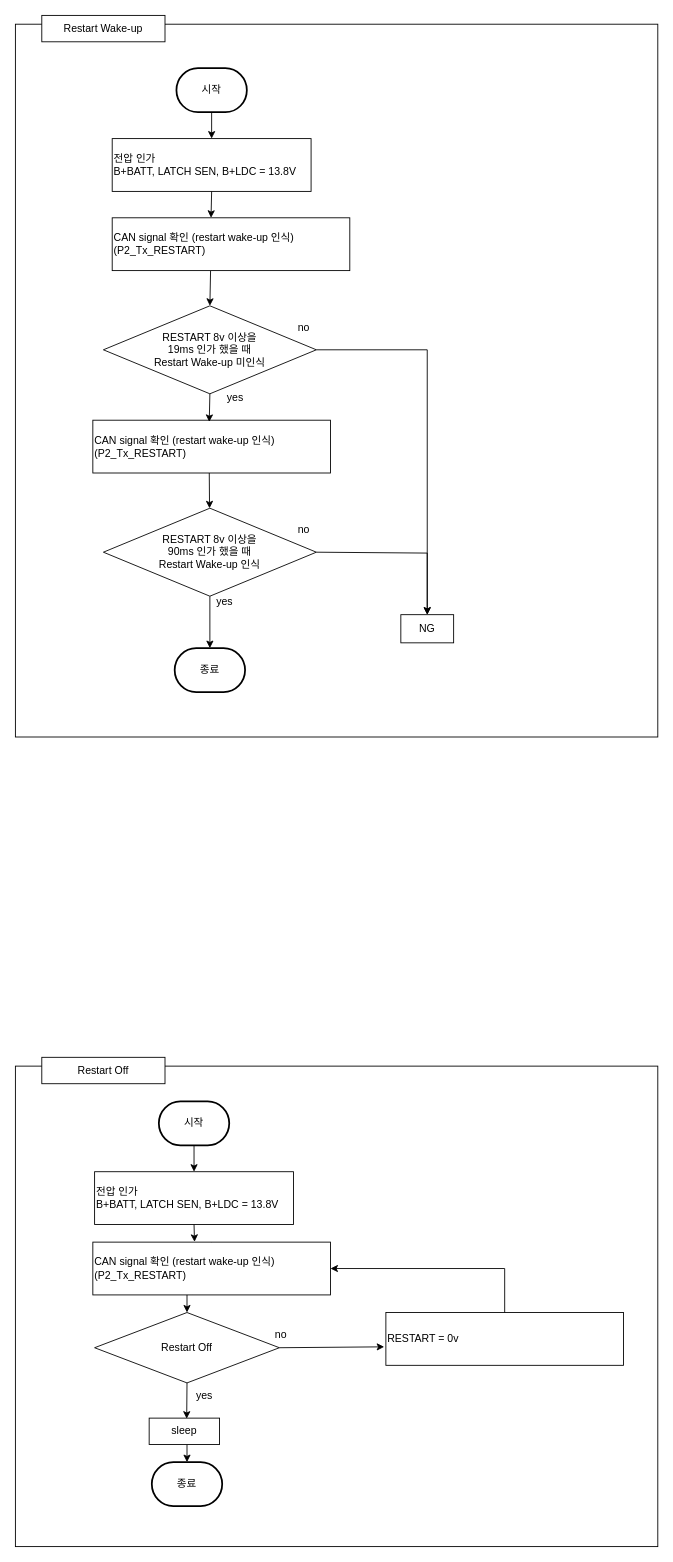
Before: RESTART Wake-up.drawio in chaeyoonl/state-transition-diagram-test, a draw.io diagram. Source tidied: cells renumbered, new cells numbered last; positions are measured from the earlier drawing's top-left corner, leaving out a move shared by most shapes. Both pictures are drawn from the tidied source at 88%, with x=0, y=0 at pixel (15, 15).
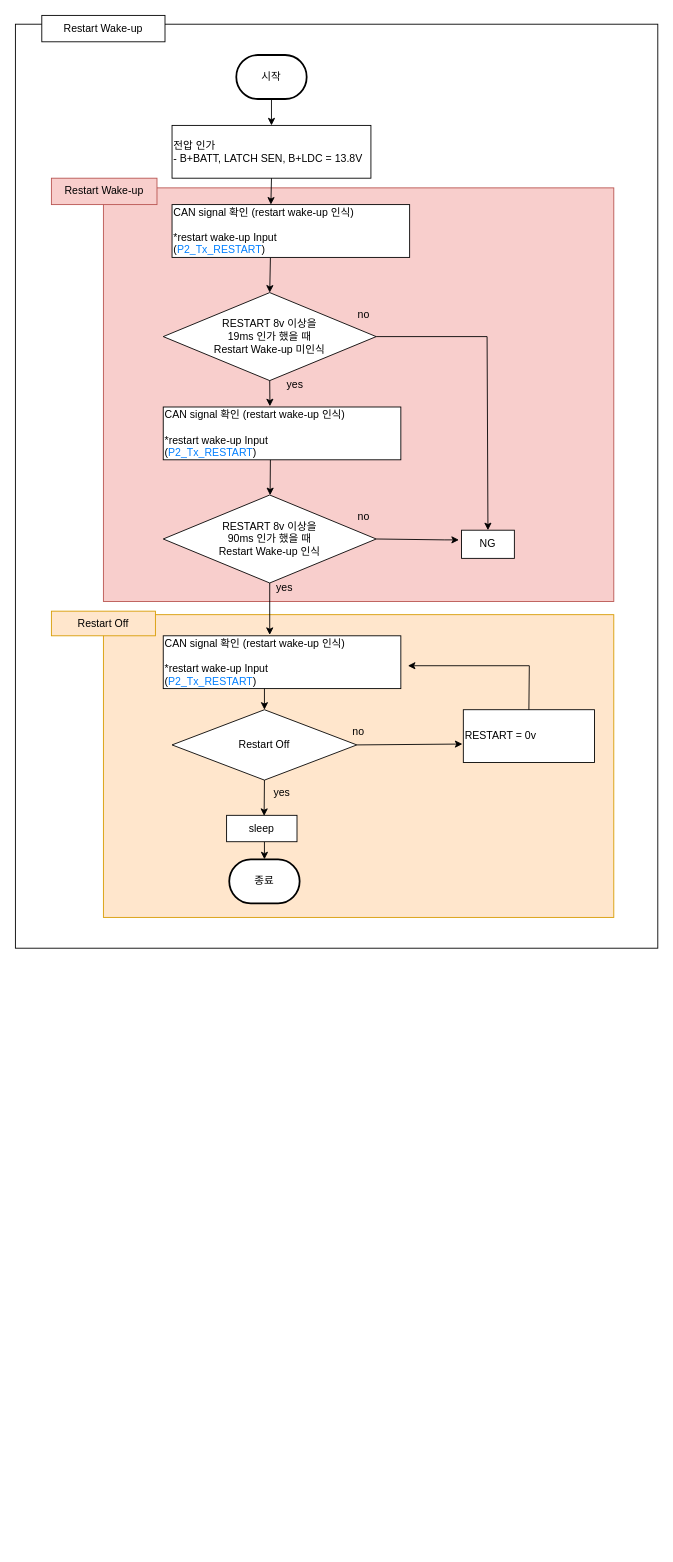
The same page after the edit.

Diff of the diagram source:
```diff
@@
     <mxCell id="2" style="rounded=0;whiteSpace=wrap;html=1;" parent="1" vertex="1">
-      <mxGeometry y="10" width="730" height="810" as="geometry" />
+      <mxGeometry y="10" width="730" height="1050" as="geometry" />
     </mxCell>
+    <mxCell id="10" value="Restart Wake-up" style="rounded=0;whiteSpace=wrap;html=1;" parent="1" vertex="1">
+      <mxGeometry x="30" width="140" height="30" as="geometry" />
+    </mxCell>
+    <mxCell id="43" style="rounded=0;whiteSpace=wrap;html=1;fillColor=#f8cecc;strokeColor=#b85450;" parent="1" vertex="1">
+      <mxGeometry x="100" y="196" width="580" height="470" as="geometry" />
+    </mxCell>
+    <mxCell id="44" value="&lt;span style=&quot;color: rgb(0, 0, 0); font-family: Helvetica; font-size: 12px; font-style: normal; font-variant-ligatures: normal; font-variant-caps: normal; font-weight: 400; letter-spacing: normal; orphans: 2; text-align: center; text-indent: 0px; text-transform: none; widows: 2; word-spacing: 0px; -webkit-text-stroke-width: 0px; text-decoration-thickness: initial; text-decoration-style: initial; text-decoration-color: initial; float: none; display: inline !important;&quot;&gt;Restart Wake-up&lt;br&gt;&lt;/span&gt;" style="rounded=0;whiteSpace=wrap;html=1;fillColor=#f8cecc;strokeColor=#b85450;fillStyle=solid;labelBackgroundColor=none;" parent="1" vertex="1">
+      <mxGeometry x="40.9" y="185" width="120" height="30" as="geometry" />
+    </mxCell>
+    <mxCell id="45" style="rounded=0;whiteSpace=wrap;html=1;fillColor=#ffe6cc;strokeColor=#d79b00;" parent="1" vertex="1">
+      <mxGeometry x="100" y="681" width="580" height="344" as="geometry" />
+    </mxCell>
+    <mxCell id="22" value="&lt;span style=&quot;color: rgb(0, 0, 0); font-family: Helvetica; font-size: 12px; font-style: normal; font-variant-ligatures: normal; font-variant-caps: normal; font-weight: 400; letter-spacing: normal; orphans: 2; text-align: center; text-indent: 0px; text-transform: none; widows: 2; word-spacing: 0px; -webkit-text-stroke-width: 0px; text-decoration-thickness: initial; text-decoration-style: initial; text-decoration-color: initial; float: none; display: inline !important;&quot;&gt;Restart Off&lt;br&gt;&lt;/span&gt;" style="rounded=0;whiteSpace=wrap;html=1;fillColor=#ffe6cc;strokeColor=#d79b00;labelBackgroundColor=none;" parent="1" vertex="1">
+      <mxGeometry x="40.9" y="677" width="118.2" height="28" as="geometry" />
+    </mxCell>
     <mxCell id="3" value="시작" style="strokeWidth=2;html=1;shape=mxgraph.flowchart.terminator;whiteSpace=wrap;" parent="1" vertex="1">
-      <mxGeometry x="183" y="60" width="80" height="50" as="geometry" />
+      <mxGeometry x="251" y="45" width="80" height="50" as="geometry" />
     </mxCell>
-    <mxCell id="4" value="종료" style="strokeWidth=2;html=1;shape=mxgraph.flowchart.terminator;whiteSpace=wrap;" parent="1" vertex="1">
-      <mxGeometry x="181" y="719" width="80" height="50" as="geometry" />
-    </mxCell>
-    <mxCell id="5" value="전압 인가&lt;br&gt;B+BATT, LATCH SEN, B+LDC = 13.8V" style="rounded=0;whiteSpace=wrap;html=1;align=left;" parent="1" vertex="1">
-      <mxGeometry x="110" y="140" width="226" height="60" as="geometry" />
+    <mxCell id="5" value="전압 인가&lt;br&gt;- B+BATT, LATCH SEN, B+LDC = 13.8V" style="rounded=0;whiteSpace=wrap;html=1;align=left;" parent="1" vertex="1">
+      <mxGeometry x="178" y="125" width="226" height="60" as="geometry" />
     </mxCell>
     <mxCell id="6" value="RESTART 8v 이상을 &lt;br&gt;19ms 인가 했을 때 &lt;br&gt;Restart Wake-up 미인식" style="rhombus;whiteSpace=wrap;html=1;" parent="1" vertex="1">
-      <mxGeometry x="100" y="330" width="242" height="100" as="geometry" />
+      <mxGeometry x="168" y="315" width="242" height="100" as="geometry" />
     </mxCell>
@@
-    <mxCell id="9" style="endArrow=classic;html=1;rounded=0;exitX=0.5;exitY=1;exitDx=0;exitDy=0;entryX=0.5;entryY=0;entryDx=0;entryDy=0;entryPerimeter=0;" parent="1" edge="1" target="4">
+    <mxCell id="9" style="endArrow=classic;html=1;rounded=0;exitX=0.5;exitY=1;exitDx=0;exitDy=0;entryX=0.5;entryY=0;entryDx=0;entryDy=0;entryPerimeter=0;" parent="1" edge="1">
       <mxGeometry relative="1" as="geometry">
-        <mxPoint x="221" y="660" as="sourcePoint" />
+        <mxPoint x="289" y="645" as="sourcePoint" />
+        <mxPoint x="289" y="704" as="targetPoint" />
       </mxGeometry>
     </mxCell>
-    <mxCell id="10" value="Restart Wake-up" style="rounded=0;whiteSpace=wrap;html=1;" parent="1" vertex="1">
-      <mxGeometry x="30" width="140" height="30" as="geometry" />
-    </mxCell>
-    <mxCell id="11" style="rounded=0;whiteSpace=wrap;html=1;" parent="1" vertex="1">
-      <mxGeometry y="1194" width="730" height="546" as="geometry" />
-    </mxCell>
-    <mxCell id="12" value="시작" style="strokeWidth=2;html=1;shape=mxgraph.flowchart.terminator;whiteSpace=wrap;" parent="1" vertex="1">
-      <mxGeometry x="163" y="1234" width="80" height="50" as="geometry" />
-    </mxCell>
-    <mxCell id="13" value="종료" style="strokeWidth=2;html=1;shape=mxgraph.flowchart.terminator;whiteSpace=wrap;" parent="1" vertex="1">
-      <mxGeometry x="155" y="1644" width="80" height="50" as="geometry" />
-    </mxCell>
-    <mxCell id="14" value="전압 인가&lt;br&gt;B+BATT, LATCH SEN, B+LDC = 13.8V" style="rounded=0;whiteSpace=wrap;html=1;align=left;" parent="1" vertex="1">
-      <mxGeometry x="90" y="1314" width="226" height="60" as="geometry" />
-    </mxCell>
-    <mxCell id="15" value="Restart Off" style="rhombus;whiteSpace=wrap;html=1;" parent="1" vertex="1">
-      <mxGeometry x="90" y="1474" width="210" height="80" as="geometry" />
-    </mxCell>
-    <mxCell id="16" style="endArrow=classic;html=1;rounded=0;exitX=0.5;exitY=1;exitDx=0;exitDy=0;entryX=0.5;entryY=0;entryDx=0;entryDy=0;" parent="1" edge="1" target="15">
-      <mxGeometry relative="1" as="geometry">
-        <mxPoint x="195" y="1434" as="sourcePoint" />
-      </mxGeometry>
-    </mxCell>
-    <mxCell id="17" style="endArrow=classic;html=1;rounded=0;exitX=0.5;exitY=1;exitDx=0;exitDy=0;exitPerimeter=0;entryX=0.5;entryY=0;entryDx=0;entryDy=0;" parent="1" edge="1" source="12" target="14">
-      <mxGeometry relative="1" as="geometry" />
-    </mxCell>
-    <mxCell id="18" style="endArrow=classic;html=1;rounded=0;exitX=0.5;exitY=1;exitDx=0;exitDy=0;entryX=0.5;entryY=0;entryDx=0;entryDy=0;entryPerimeter=0;" parent="1" edge="1" target="13">
-      <mxGeometry relative="1" as="geometry">
-        <mxPoint x="195" y="1624" as="sourcePoint" />
-      </mxGeometry>
-    </mxCell>
-    <mxCell id="19" value="RESTART = 0v" style="rounded=0;whiteSpace=wrap;html=1;align=left;" parent="1" vertex="1">
-      <mxGeometry x="421" y="1474" width="270" height="60" as="geometry" />
-    </mxCell>
-    <mxCell id="20" style="endArrow=classic;html=1;rounded=0;exitX=1;exitY=0.5;exitDx=0;exitDy=0;entryX=-0.007;entryY=0.65;entryDx=0;entryDy=0;entryPerimeter=0;" parent="1" edge="1" source="15" target="19">
-      <mxGeometry relative="1" as="geometry" />
-    </mxCell>
-    <mxCell id="21" style="endArrow=classic;html=1;rounded=0;exitX=0.5;exitY=0;exitDx=0;exitDy=0;" parent="1" edge="1" source="37">
-      <mxGeometry relative="1" as="geometry">
-        <mxPoint x="201" y="1454" as="targetPoint" />
-      </mxGeometry>
-    </mxCell>
-    <mxCell id="22" value="Restart&amp;nbsp;Off" style="rounded=0;whiteSpace=wrap;html=1;" parent="1" vertex="1">
-      <mxGeometry x="30" y="1184" width="140" height="30" as="geometry" />
-    </mxCell>
-    <mxCell id="23" value="sleep" style="rounded=0;whiteSpace=wrap;html=1;align=center;" parent="1" vertex="1">
-      <mxGeometry x="152" y="1594" width="80" height="30" as="geometry" />
-    </mxCell>
-    <mxCell id="24" style="endArrow=classic;html=1;rounded=0;exitX=0.5;exitY=1;exitDx=0;exitDy=0;entryX=0.533;entryY=0.022;entryDx=0;entryDy=0;entryPerimeter=0;" parent="1" edge="1" source="15" target="23">
-      <mxGeometry relative="1" as="geometry" />
-    </mxCell>
     <mxCell id="25" value="yes" style="text;html=1;strokeColor=none;fillColor=none;align=center;verticalAlign=middle;whiteSpace=wrap;rounded=0;" parent="1" vertex="1">
-      <mxGeometry x="208" y="651" width="60" height="30" as="geometry" />
+      <mxGeometry x="276" y="636" width="60" height="30" as="geometry" />
     </mxCell>
-    <mxCell id="26" value="yes" style="text;html=1;strokeColor=none;fillColor=none;align=center;verticalAlign=middle;whiteSpace=wrap;rounded=0;" parent="1" vertex="1">
-      <mxGeometry x="185" y="1554" width="60" height="30" as="geometry" />
-    </mxCell>
     <mxCell id="27" value="no" style="text;html=1;strokeColor=none;fillColor=none;align=center;verticalAlign=middle;whiteSpace=wrap;rounded=0;" parent="1" vertex="1">
-      <mxGeometry x="298" y="340" width="60" height="30" as="geometry" />
+      <mxGeometry x="366" y="325" width="60" height="30" as="geometry" />
     </mxCell>
-    <mxCell id="28" value="no" style="text;html=1;strokeColor=none;fillColor=none;align=center;verticalAlign=middle;whiteSpace=wrap;rounded=0;" parent="1" vertex="1">
-      <mxGeometry x="272" y="1484" width="60" height="30" as="geometry" />
-    </mxCell>
     <mxCell id="29" value="RESTART 8v 이상을 &lt;br&gt;90ms 인가 했을 때 &lt;br&gt;Restart Wake-up 인식" style="rhombus;whiteSpace=wrap;html=1;" parent="1" vertex="1">
-      <mxGeometry x="100" y="560" width="242" height="100" as="geometry" />
+      <mxGeometry x="168" y="545" width="242" height="100" as="geometry" />
     </mxCell>
     <mxCell id="30" value="no" style="text;html=1;strokeColor=none;fillColor=none;align=center;verticalAlign=middle;whiteSpace=wrap;rounded=0;" parent="1" vertex="1">
-      <mxGeometry x="298" y="570" width="60" height="30" as="geometry" />
+      <mxGeometry x="366" y="555" width="60" height="30" as="geometry" />
     </mxCell>
-    <mxCell id="31" style="endArrow=classic;html=1;rounded=0;exitX=0.49;exitY=0.977;exitDx=0;exitDy=0;exitPerimeter=0;" parent="1" edge="1" source="41" target="29">
+    <mxCell id="31" style="endArrow=classic;html=1;rounded=0;exitX=0.451;exitY=0.995;exitDx=0;exitDy=0;exitPerimeter=0;" parent="1" edge="1" source="46" target="29">
       <mxGeometry relative="1" as="geometry" />
     </mxCell>
     <mxCell id="32" value="NG" style="rounded=0;whiteSpace=wrap;html=1;align=center;" parent="1" vertex="1">
-      <mxGeometry x="438" y="681" width="60" height="32" as="geometry" />
+      <mxGeometry x="507" y="585" width="60" height="32" as="geometry" />
     </mxCell>
     <mxCell id="33" value="yes" style="text;html=1;strokeColor=none;fillColor=none;align=center;verticalAlign=middle;whiteSpace=wrap;rounded=0;" parent="1" vertex="1">
-      <mxGeometry x="220" y="420" width="60" height="30" as="geometry" />
+      <mxGeometry x="288" y="405" width="60" height="30" as="geometry" />
     </mxCell>
     <mxCell id="34" style="endArrow=classic;html=1;rounded=0;exitX=1;exitY=0.5;exitDx=0;exitDy=0;entryX=0.5;entryY=0;entryDx=0;entryDy=0;" parent="1" edge="1" source="6" target="32">
       <mxGeometry relative="1" as="geometry">
         <Array as="points">
-          <mxPoint x="468" y="380" />
+          <mxPoint x="536" y="365" />
         </Array>
       </mxGeometry>
     </mxCell>
     <mxCell id="35" style="endArrow=classic;html=1;rounded=0;exitX=1;exitY=0.5;exitDx=0;exitDy=0;" parent="1" edge="1" source="29">
       <mxGeometry relative="1" as="geometry">
-        <mxPoint x="468" y="681" as="targetPoint" />
+        <mxPoint x="504" y="596" as="targetPoint" />
         <Array as="points">
-          <mxPoint x="468" y="611" />
+          <mxPoint x="488" y="596" />
         </Array>
       </mxGeometry>
     </mxCell>
-    <mxCell id="36" style="endArrow=classic;html=1;rounded=0;exitX=0.5;exitY=0;exitDx=0;exitDy=0;" parent="1" edge="1" source="19" target="37">
-      <mxGeometry relative="1" as="geometry">
-        <Array as="points">
-          <mxPoint x="556" y="1424" />
-        </Array>
-      </mxGeometry>
-    </mxCell>
-    <mxCell id="37" value="CAN signal 확인 (restart wake-up 인식)&lt;br&gt;(P2_Tx_RESTART)" style="rounded=0;whiteSpace=wrap;html=1;align=left;" parent="1" vertex="1">
-      <mxGeometry x="88" y="1394" width="270" height="60" as="geometry" />
-    </mxCell>
-    <mxCell id="38" style="endArrow=classic;html=1;rounded=0;exitX=0.5;exitY=1;exitDx=0;exitDy=0;entryX=0.428;entryY=-0.005;entryDx=0;entryDy=0;entryPerimeter=0;" parent="1" edge="1" source="14" target="37">
-      <mxGeometry relative="1" as="geometry" />
-    </mxCell>
-    <mxCell id="39" value="CAN signal 확인 (restart wake-up 인식)&lt;br&gt;(P2_Tx_RESTART)" style="rounded=0;whiteSpace=wrap;html=1;align=left;" parent="1" vertex="1">
-      <mxGeometry x="110" y="230" width="270" height="60" as="geometry" />
+    <mxCell id="39" value="CAN signal 확인 (restart wake-up 인식)&lt;br&gt;&lt;br&gt;*restart wake-up&amp;nbsp;Input&amp;nbsp;&lt;br&gt;(&lt;font color=&quot;#007fff&quot;&gt;P2_Tx_RESTART&lt;/font&gt;)" style="rounded=0;whiteSpace=wrap;html=1;align=left;" parent="1" vertex="1">
+      <mxGeometry x="178" y="215" width="270" height="60" as="geometry" />
     </mxCell>
@@
-    <mxCell id="41" value="CAN signal 확인 (restart wake-up 인식)&lt;br&gt;(P2_Tx_RESTART)" style="rounded=0;whiteSpace=wrap;html=1;align=left;" parent="1" vertex="1">
-      <mxGeometry x="88" y="460" width="270" height="60" as="geometry" />
-    </mxCell>
-    <mxCell id="42" style="endArrow=classic;html=1;rounded=0;exitX=0.5;exitY=1;exitDx=0;exitDy=0;entryX=0.49;entryY=0.033;entryDx=0;entryDy=0;entryPerimeter=0;" parent="1" edge="1" source="6" target="41">
+    <mxCell id="42" style="endArrow=classic;html=1;rounded=0;exitX=0.5;exitY=1;exitDx=0;exitDy=0;entryX=0.449;entryY=-0.014;entryDx=0;entryDy=0;entryPerimeter=0;" parent="1" edge="1" source="6" target="46">
       <mxGeometry relative="1" as="geometry" />
     </mxCell>
+    <mxCell id="46" value="CAN signal 확인 (restart wake-up 인식)&lt;br&gt;&lt;br&gt;*restart wake-up&amp;nbsp;Input&amp;nbsp;&lt;br&gt;(&lt;font color=&quot;#007fff&quot;&gt;P2_Tx_RESTART&lt;/font&gt;)" style="rounded=0;whiteSpace=wrap;html=1;align=left;" parent="1" vertex="1">
+      <mxGeometry x="168" y="445" width="270" height="60" as="geometry" />
+    </mxCell>
+    <mxCell id="47" value="종료" style="strokeWidth=2;html=1;shape=mxgraph.flowchart.terminator;whiteSpace=wrap;" parent="1" vertex="1">
+      <mxGeometry x="243" y="959" width="80" height="50" as="geometry" />
+    </mxCell>
+    <mxCell id="15" value="Restart Off" style="rhombus;whiteSpace=wrap;html=1;" parent="1" vertex="1">
+      <mxGeometry x="178" y="789" width="210" height="80" as="geometry" />
+    </mxCell>
+    <mxCell id="48" style="endArrow=classic;html=1;rounded=0;exitX=0.5;exitY=1;exitDx=0;exitDy=0;entryX=0.5;entryY=0;entryDx=0;entryDy=0;" parent="1" edge="1" target="15">
+      <mxGeometry relative="1" as="geometry">
+        <mxPoint x="283" y="749" as="sourcePoint" />
+      </mxGeometry>
+    </mxCell>
+    <mxCell id="49" style="endArrow=classic;html=1;rounded=0;exitX=0.5;exitY=1;exitDx=0;exitDy=0;entryX=0.5;entryY=0;entryDx=0;entryDy=0;entryPerimeter=0;" parent="1" edge="1" target="47">
+      <mxGeometry relative="1" as="geometry">
+        <mxPoint x="283" y="939" as="sourcePoint" />
+      </mxGeometry>
+    </mxCell>
+    <mxCell id="19" value="RESTART = 0v" style="rounded=0;whiteSpace=wrap;html=1;align=left;" parent="1" vertex="1">
+      <mxGeometry x="509" y="789" width="149" height="60" as="geometry" />
+    </mxCell>
+    <mxCell id="20" style="endArrow=classic;html=1;rounded=0;exitX=1;exitY=0.5;exitDx=0;exitDy=0;entryX=-0.007;entryY=0.65;entryDx=0;entryDy=0;entryPerimeter=0;" parent="1" edge="1" source="15" target="19">
+      <mxGeometry relative="1" as="geometry" />
+    </mxCell>
+    <mxCell id="23" value="sleep" style="rounded=0;whiteSpace=wrap;html=1;align=center;" parent="1" vertex="1">
+      <mxGeometry x="240" y="909" width="80" height="30" as="geometry" />
+    </mxCell>
+    <mxCell id="24" style="endArrow=classic;html=1;rounded=0;exitX=0.5;exitY=1;exitDx=0;exitDy=0;entryX=0.533;entryY=0.022;entryDx=0;entryDy=0;entryPerimeter=0;" parent="1" edge="1" source="15" target="23">
+      <mxGeometry relative="1" as="geometry" />
+    </mxCell>
+    <mxCell id="26" value="yes" style="text;html=1;strokeColor=none;fillColor=none;align=center;verticalAlign=middle;whiteSpace=wrap;rounded=0;" parent="1" vertex="1">
+      <mxGeometry x="273" y="869" width="60" height="30" as="geometry" />
+    </mxCell>
+    <mxCell id="28" value="no" style="text;html=1;strokeColor=none;fillColor=none;align=center;verticalAlign=middle;whiteSpace=wrap;rounded=0;" parent="1" vertex="1">
+      <mxGeometry x="360" y="799" width="60" height="30" as="geometry" />
+    </mxCell>
+    <mxCell id="50" style="endArrow=classic;html=1;rounded=0;exitX=0.5;exitY=0;exitDx=0;exitDy=0;" parent="1" edge="1" source="19">
+      <mxGeometry relative="1" as="geometry">
+        <mxPoint x="446" y="739" as="targetPoint" />
+        <Array as="points">
+          <mxPoint x="584" y="739" />
+        </Array>
+      </mxGeometry>
+    </mxCell>
+    <mxCell id="51" value="CAN signal 확인 (restart wake-up 인식)&lt;br&gt;&lt;br&gt;*restart wake-up&amp;nbsp;Input&amp;nbsp;&lt;br&gt;(&lt;font color=&quot;#007fff&quot;&gt;P2_Tx_RESTART&lt;/font&gt;)" style="rounded=0;whiteSpace=wrap;html=1;align=left;" parent="1" vertex="1">
+      <mxGeometry x="168" y="705" width="270" height="60" as="geometry" />
+    </mxCell>
```
